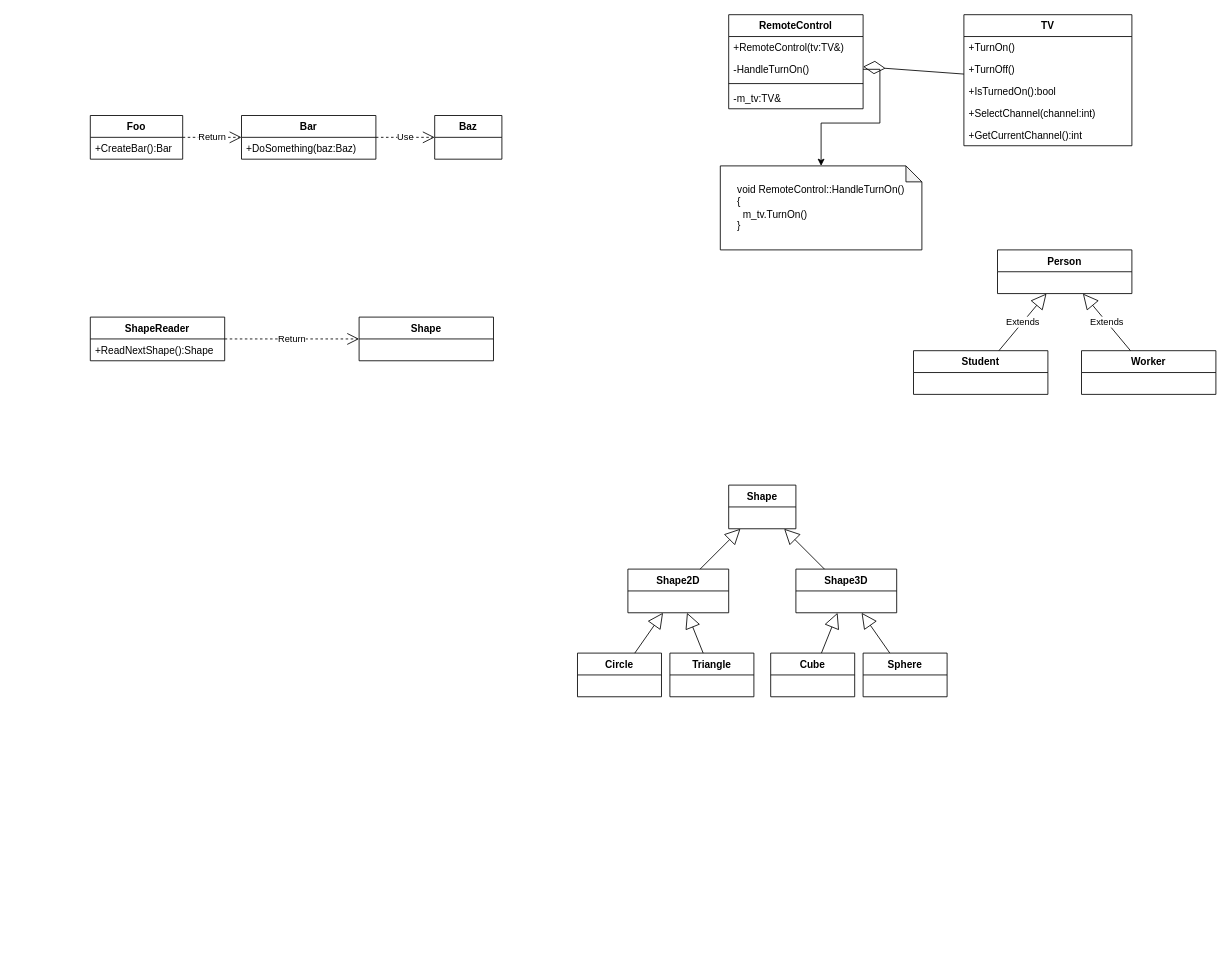
Before: lectures/03/relationship.drawio in alexey-malov/oop, a draw.io diagram. Source tidied: cells renumbered, new cells numbered last; positions are measured from the earlier drawing's top-left corner, leaving out a move shared by most shapes. Both pictures are drawn from the tidied source at 84%, with x=0, y=0 at pixel (90, 14).
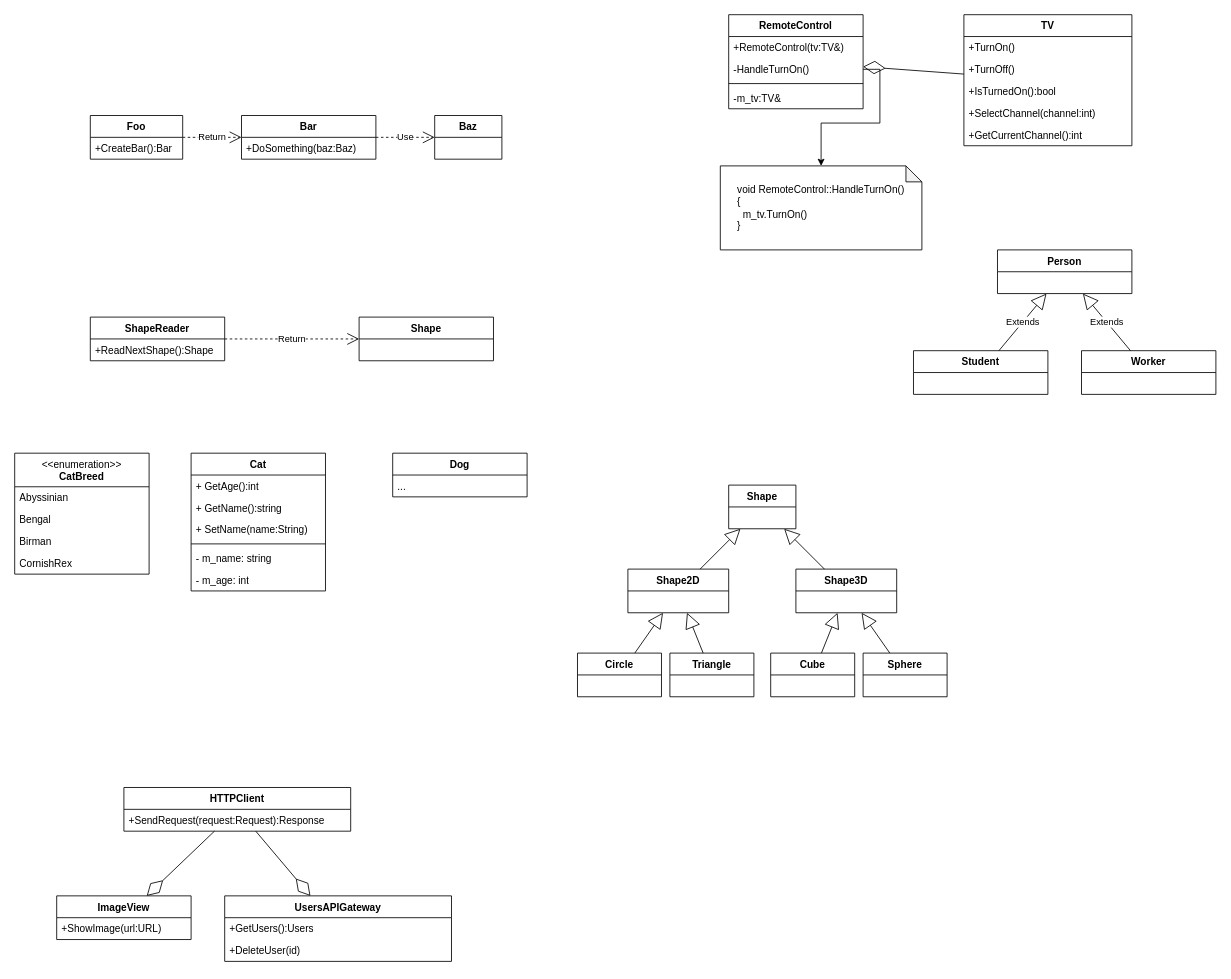
Above is the later version.

The edit, as a diff of the source:
```diff
@@
+    <mxCell id="45" value="Cat" style="swimlane;fontStyle=1;align=center;verticalAlign=top;horizontal=1;startSize=26;whiteSpace=wrap;html=1;" parent="1" vertex="1">
+      <mxGeometry x="120" y="522" width="160" height="164" as="geometry" />
+    </mxCell>
+    <mxCell id="46" value="+ GetAge():int" style="text;strokeColor=none;fillColor=none;align=left;verticalAlign=top;spacingLeft=4;spacingRight=4;overflow=hidden;whiteSpace=wrap;html=1;" parent="45" vertex="1">
+      <mxGeometry y="26" width="160" height="26" as="geometry" />
+    </mxCell>
+    <mxCell id="47" value="+ GetName():string" style="text;strokeColor=none;fillColor=none;align=left;verticalAlign=top;spacingLeft=4;spacingRight=4;overflow=hidden;whiteSpace=wrap;html=1;" parent="45" vertex="1">
+      <mxGeometry y="52" width="160" height="26" as="geometry" />
+    </mxCell>
+    <mxCell id="48" value="+ SetName(name:String)" style="text;strokeColor=none;fillColor=none;align=left;verticalAlign=top;spacingLeft=4;spacingRight=4;overflow=hidden;whiteSpace=wrap;html=1;" parent="45" vertex="1">
+      <mxGeometry y="78" width="160" height="26" as="geometry" />
+    </mxCell>
+    <mxCell id="49" style="line;strokeWidth=1;fillColor=none;align=left;verticalAlign=middle;spacingTop=-1;spacingLeft=3;spacingRight=3;labelPosition=right;strokeColor=inherit;" parent="45" vertex="1">
+      <mxGeometry y="104" width="160" height="8" as="geometry" />
+    </mxCell>
+    <mxCell id="50" value="- m_name: string" style="text;strokeColor=none;fillColor=none;align=left;verticalAlign=top;spacingLeft=4;spacingRight=4;overflow=hidden;whiteSpace=wrap;html=1;" parent="45" vertex="1">
+      <mxGeometry y="112" width="160" height="26" as="geometry" />
+    </mxCell>
+    <mxCell id="51" value="- m_age: int" style="text;strokeColor=none;fillColor=none;align=left;verticalAlign=top;spacingLeft=4;spacingRight=4;overflow=hidden;whiteSpace=wrap;html=1;" parent="45" vertex="1">
+      <mxGeometry y="138" width="160" height="26" as="geometry" />
+    </mxCell>
+    <mxCell id="52" value="Dog" style="swimlane;fontStyle=1;align=center;verticalAlign=top;horizontal=1;startSize=26;whiteSpace=wrap;html=1;" parent="1" vertex="1">
+      <mxGeometry x="360" y="522" width="160" height="52" as="geometry" />
+    </mxCell>
+    <mxCell id="53" value="..." style="text;strokeColor=none;fillColor=none;align=left;verticalAlign=top;spacingLeft=4;spacingRight=4;overflow=hidden;whiteSpace=wrap;html=1;" parent="52" vertex="1">
+      <mxGeometry y="26" width="160" height="26" as="geometry" />
+    </mxCell>
+    <mxCell id="54" value="&lt;div&gt;&lt;span style=&quot;font-weight: normal;&quot;&gt;&amp;lt;&amp;lt;enumeration&amp;gt;&amp;gt;&lt;/span&gt;&lt;/div&gt;CatBreed" style="swimlane;fontStyle=1;align=center;verticalAlign=top;horizontal=1;startSize=40;whiteSpace=wrap;html=1;" parent="1" vertex="1">
+      <mxGeometry x="-90" y="522" width="160" height="144" as="geometry" />
+    </mxCell>
+    <mxCell id="55" value="Abyssinian" style="text;strokeColor=none;fillColor=none;align=left;verticalAlign=top;spacingLeft=4;spacingRight=4;overflow=hidden;whiteSpace=wrap;html=1;" parent="54" vertex="1">
+      <mxGeometry y="40" width="160" height="26" as="geometry" />
+    </mxCell>
+    <mxCell id="56" value="Bengal" style="text;strokeColor=none;fillColor=none;align=left;verticalAlign=top;spacingLeft=4;spacingRight=4;overflow=hidden;whiteSpace=wrap;html=1;" parent="54" vertex="1">
+      <mxGeometry y="66" width="160" height="26" as="geometry" />
+    </mxCell>
+    <mxCell id="57" value="Birman" style="text;strokeColor=none;fillColor=none;align=left;verticalAlign=top;spacingLeft=4;spacingRight=4;overflow=hidden;whiteSpace=wrap;html=1;" parent="54" vertex="1">
+      <mxGeometry y="92" width="160" height="26" as="geometry" />
+    </mxCell>
+    <mxCell id="58" value="CornishRex" style="text;strokeColor=none;fillColor=none;align=left;verticalAlign=top;spacingLeft=4;spacingRight=4;overflow=hidden;whiteSpace=wrap;html=1;" parent="54" vertex="1">
+      <mxGeometry y="118" width="160" height="26" as="geometry" />
+    </mxCell>
+    <mxCell id="59" value="HTTPClient" style="swimlane;fontStyle=1;align=center;verticalAlign=top;horizontal=1;startSize=26;whiteSpace=wrap;html=1;" parent="1" vertex="1">
+      <mxGeometry x="40" y="920" width="270" height="52" as="geometry" />
+    </mxCell>
+    <mxCell id="60" value="+SendRequest(request:Request):Response" style="text;strokeColor=none;fillColor=none;align=left;verticalAlign=top;spacingLeft=4;spacingRight=4;overflow=hidden;whiteSpace=wrap;html=1;" parent="59" vertex="1">
+      <mxGeometry y="26" width="270" height="26" as="geometry" />
+    </mxCell>
+    <mxCell id="61" value="ImageView" style="swimlane;fontStyle=1;align=center;verticalAlign=top;horizontal=1;startSize=26;whiteSpace=wrap;html=1;" parent="1" vertex="1">
+      <mxGeometry x="-40" y="1049" width="160" height="52" as="geometry" />
+    </mxCell>
+    <mxCell id="62" value="+ShowImage(url:URL)" style="text;strokeColor=none;fillColor=none;align=left;verticalAlign=top;spacingLeft=4;spacingRight=4;overflow=hidden;whiteSpace=wrap;html=1;" parent="61" vertex="1">
+      <mxGeometry y="26" width="160" height="26" as="geometry" />
+    </mxCell>
+    <mxCell id="63" style="endArrow=diamondThin;endFill=0;endSize=24;html=1;rounded=0;" parent="1" edge="1" source="59" target="61">
+      <mxGeometry relative="1" as="geometry" />
+    </mxCell>
+    <mxCell id="64" value="UsersAPIGateway" style="swimlane;fontStyle=1;align=center;verticalAlign=top;horizontal=1;startSize=26;whiteSpace=wrap;html=1;" parent="1" vertex="1">
+      <mxGeometry x="160" y="1049" width="270" height="78" as="geometry" />
+    </mxCell>
+    <mxCell id="65" value="+GetUsers():Users" style="text;strokeColor=none;fillColor=none;align=left;verticalAlign=top;spacingLeft=4;spacingRight=4;overflow=hidden;whiteSpace=wrap;html=1;" parent="64" vertex="1">
+      <mxGeometry y="26" width="270" height="26" as="geometry" />
+    </mxCell>
+    <mxCell id="66" value="+DeleteUser(id)" style="text;strokeColor=none;fillColor=none;align=left;verticalAlign=top;spacingLeft=4;spacingRight=4;overflow=hidden;whiteSpace=wrap;html=1;" parent="64" vertex="1">
+      <mxGeometry y="52" width="270" height="26" as="geometry" />
+    </mxCell>
+    <mxCell id="67" style="endArrow=diamondThin;endFill=0;endSize=24;html=1;rounded=0;" parent="1" edge="1" source="59" target="64">
+      <mxGeometry relative="1" as="geometry" />
+    </mxCell>
```
